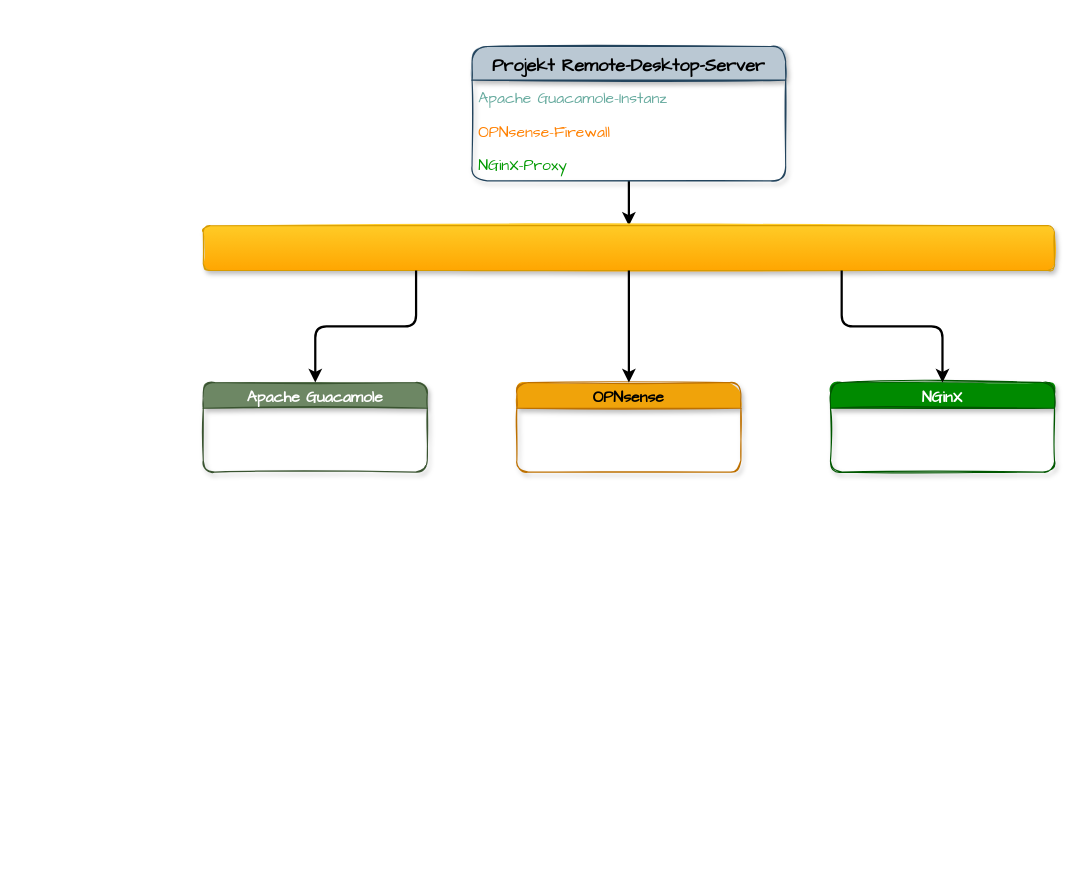
Earlier version of the draw.io diagram Projektstruktur-Plan.drawio (EF-gitspace/ProXmox-Server). Source tidied: cells renumbered, new cells numbered last; positions are measured from the earlier drawing's top-left corner, leaving out a move shared by most shapes. Both pictures are drawn from the tidied source at 112%, with x=0, y=0 at pixel (203, 46). Pictures stored in the file or linked from it are replaced by grey dashed boxes.
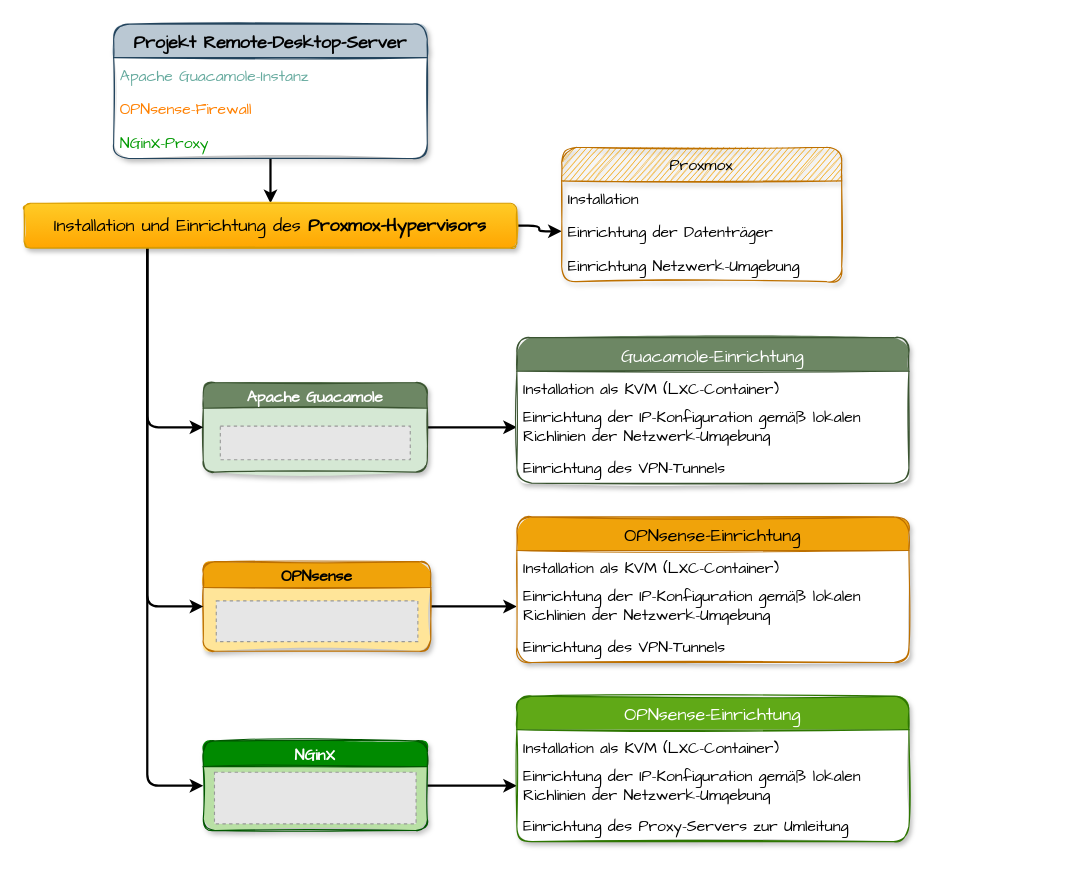
After the change.

The edit, as a diff of the source:
```diff
@@
-    <mxCell id="3" value="Projekt Remote-Desktop-Server" style="swimlane;fontStyle=1;horizontal=1;startSize=30;sketch=1;shadow=1;rounded=1;fontFamily=Comic Sans MS;fontSize=16;flipH=1;fillColor=#bac8d3;strokeColor=#23445d;fillStyle=solid;" parent="1" vertex="1">
-      <mxGeometry x="240" width="280" height="120" as="geometry" />
+    <mxCell id="3" value="Projekt Remote-Desktop-Server" style="swimlane;fontStyle=1;horizontal=1;startSize=30;sketch=1;shadow=1;rounded=1;fontFamily=Comic Sans MS;fontSize=16;flipH=1;fillColor=#bac8d3;strokeColor=#23445d;fillStyle=solid;swimlaneFillColor=default;glass=0;" parent="1" vertex="1">
+      <mxGeometry x="-80" y="-20" width="280" height="120" as="geometry" />
     </mxCell>
@@
+    <mxCell id="14" style="edgeStyle=orthogonalEdgeStyle;rounded=1;jettySize=auto;html=1;exitX=1;exitY=0.5;exitDx=0;exitDy=0;entryX=0;entryY=0.5;entryDx=0;entryDy=0;fontFamily=Comic Sans MS;fontSize=14;strokeWidth=2;" parent="1" edge="1" source="7" target="27">
+      <mxGeometry relative="1" as="geometry" />
+    </mxCell>
-    <mxCell id="7" value="Apache Guacamole" style="swimlane;rounded=1;shadow=1;labelBackgroundColor=none;sketch=1;fontFamily=Comic Sans MS;fontSize=14;fillColor=#6d8764;strokeColor=#3A5431;fillStyle=solid;fontColor=#ffffff;" parent="1" vertex="1">
+    <mxCell id="7" value="Apache Guacamole" style="swimlane;rounded=1;shadow=1;labelBackgroundColor=none;sketch=1;fontFamily=Comic Sans MS;fontSize=14;fillColor=#6d8764;strokeColor=#3A5431;fillStyle=solid;fontColor=#ffffff;swimlaneFillColor=#D5E8D4;" parent="1" vertex="1">
       <mxGeometry y="300" width="200" height="80" as="geometry" />
     </mxCell>
+    <mxCell id="15" style="fillColor=#E6E6E6;strokeColor=#999999;dashed=1;verticalLabelPosition=bottom;labelBackgroundColor=default;verticalAlign=top;" parent="7" vertex="1">
+      <mxGeometry x="15.2" y="39" width="169.6" height="30" as="geometry" />
+    </mxCell>
+    <mxCell id="16" style="edgeStyle=orthogonalEdgeStyle;rounded=1;jettySize=auto;html=1;exitX=1;exitY=0.5;exitDx=0;exitDy=0;entryX=0;entryY=0.5;entryDx=0;entryDy=0;fontFamily=Comic Sans MS;fontSize=14;strokeWidth=2;" parent="1" edge="1" source="8" target="31">
+      <mxGeometry relative="1" as="geometry" />
+    </mxCell>
-    <mxCell id="8" value="OPNsense" style="swimlane;rounded=1;shadow=1;labelBackgroundColor=none;sketch=1;fontFamily=Comic Sans MS;fontSize=14;fillColor=#f0a30a;strokeColor=#BD7000;fillStyle=solid;fontColor=#000000;" parent="1" vertex="1">
-      <mxGeometry x="280" y="300" width="200" height="80" as="geometry" />
+    <mxCell id="8" value="OPNsense" style="swimlane;rounded=1;shadow=1;labelBackgroundColor=none;sketch=1;fontFamily=Comic Sans MS;fontSize=14;fillColor=#f0a30a;strokeColor=#BD7000;fillStyle=solid;fontColor=#000000;swimlaneFillColor=#FFE599;" parent="1" vertex="1">
+      <mxGeometry y="460" width="203.1" height="80" as="geometry" />
     </mxCell>
+    <mxCell id="17" style="fillColor=#E6E6E6;strokeColor=#999999;dashed=1;verticalLabelPosition=bottom;labelBackgroundColor=default;verticalAlign=top;" parent="8" vertex="1">
+      <mxGeometry x="11.6" y="35" width="180" height="36.4" as="geometry" />
+    </mxCell>
+    <mxCell id="18" style="edgeStyle=orthogonalEdgeStyle;rounded=1;jettySize=auto;html=1;exitX=1;exitY=0.5;exitDx=0;exitDy=0;entryX=0;entryY=0.5;entryDx=0;entryDy=0;fontFamily=Comic Sans MS;fontSize=14;strokeWidth=2;" parent="1" edge="1" source="9" target="35">
+      <mxGeometry relative="1" as="geometry" />
+    </mxCell>
-    <mxCell id="9" value="NGinX" style="swimlane;rounded=1;shadow=1;labelBackgroundColor=none;sketch=1;fontFamily=Comic Sans MS;fontSize=14;fillColor=#008a00;strokeColor=#005700;fillStyle=solid;fontColor=#ffffff;" parent="1" vertex="1">
-      <mxGeometry x="560" y="300" width="200" height="80" as="geometry" />
+    <mxCell id="9" value="NGinX" style="swimlane;rounded=1;shadow=1;labelBackgroundColor=none;sketch=1;fontFamily=Comic Sans MS;fontSize=14;fillColor=#008a00;strokeColor=#005700;fillStyle=solid;fontColor=#ffffff;swimlaneFillColor=#B9E0A5;" parent="1" vertex="1">
+      <mxGeometry y="620" width="200" height="80" as="geometry" />
     </mxCell>
-    <mxCell id="10" style="rounded=1;whiteSpace=wrap;html=1;shadow=1;labelBackgroundColor=none;sketch=1;fillStyle=solid;fontFamily=Comic Sans MS;fontSize=14;fillColor=#ffcd28;strokeColor=#d79b00;gradientColor=#ffa500;" parent="1" vertex="1">
-      <mxGeometry y="160" width="760" height="40" as="geometry" />
-    </mxCell>
+    <mxCell id="19" style="fillColor=#E6E6E6;strokeColor=#999999;dashed=1;verticalLabelPosition=bottom;labelBackgroundColor=default;verticalAlign=top;" parent="9" vertex="1">
+      <mxGeometry x="10" y="28" width="180" height="46.1" as="geometry" />
+    </mxCell>
+    <mxCell id="20" style="edgeStyle=orthogonalEdgeStyle;jettySize=auto;html=1;fontSize=14;strokeWidth=2;entryX=0;entryY=0.5;entryDx=0;entryDy=0;exitX=1;exitY=0.5;exitDx=0;exitDy=0;rounded=1;" parent="1" edge="1" source="10" target="23">
+      <mxGeometry relative="1" as="geometry" />
+    </mxCell>
-    <mxCell id="11" style="edgeStyle=orthogonalEdgeStyle;jettySize=auto;html=1;entryX=0.5;entryY=0;entryDx=0;entryDy=0;strokeWidth=2;exitX=0.25;exitY=1;exitDx=0;exitDy=0;rounded=1;" parent="1" edge="1" source="10" target="7">
+    <mxCell id="11" style="edgeStyle=orthogonalEdgeStyle;rounded=1;jettySize=auto;html=1;exitX=0.25;exitY=1;exitDx=0;exitDy=0;entryX=0;entryY=0.5;entryDx=0;entryDy=0;fontFamily=Comic Sans MS;fontSize=14;strokeWidth=2;" parent="1" edge="1" source="10" target="7">
       <mxGeometry relative="1" as="geometry" />
     </mxCell>
-    <mxCell id="12" style="edgeStyle=orthogonalEdgeStyle;jettySize=auto;html=1;entryX=0.5;entryY=0;entryDx=0;entryDy=0;strokeWidth=2;exitX=0.5;exitY=1;exitDx=0;exitDy=0;rounded=1;" parent="1" edge="1" source="10" target="8">
+    <mxCell id="12" style="edgeStyle=orthogonalEdgeStyle;rounded=1;jettySize=auto;html=1;exitX=0.25;exitY=1;exitDx=0;exitDy=0;entryX=0;entryY=0.5;entryDx=0;entryDy=0;fontFamily=Comic Sans MS;fontSize=14;strokeWidth=2;" parent="1" edge="1" source="10" target="8">
       <mxGeometry relative="1" as="geometry" />
     </mxCell>
-    <mxCell id="13" style="edgeStyle=orthogonalEdgeStyle;jettySize=auto;html=1;entryX=0.5;entryY=0;entryDx=0;entryDy=0;strokeWidth=2;exitX=0.75;exitY=1;exitDx=0;exitDy=0;rounded=1;" parent="1" edge="1" source="10" target="9">
+    <mxCell id="13" style="edgeStyle=orthogonalEdgeStyle;rounded=1;jettySize=auto;html=1;exitX=0.25;exitY=1;exitDx=0;exitDy=0;entryX=0;entryY=0.5;entryDx=0;entryDy=0;fontFamily=Comic Sans MS;fontSize=14;strokeWidth=2;" parent="1" edge="1" source="10" target="9">
       <mxGeometry relative="1" as="geometry" />
     </mxCell>
+    <mxCell id="10" value="&lt;font style=&quot;font-size: 16px;&quot;&gt;Installation und Einrichtung des &lt;b style=&quot;font-size: 16px;&quot;&gt;&lt;font style=&quot;font-size: 16px;&quot;&gt;Proxmox-Hypervisors&lt;/font&gt;&lt;/b&gt;&lt;/font&gt;" style="rounded=1;whiteSpace=wrap;html=1;shadow=1;labelBackgroundColor=none;sketch=1;fillStyle=solid;fontFamily=Comic Sans MS;fontSize=16;fillColor=#ffcd28;strokeColor=#d79b00;gradientColor=#ffa500;" parent="1" vertex="1">
+      <mxGeometry x="-160" y="140" width="440" height="40" as="geometry" />
+    </mxCell>
+    <mxCell id="21" value="Proxmox" style="swimlane;fontStyle=0;horizontal=1;startSize=30;sketch=1;fontSize=14;shadow=1;rounded=1;fillColor=#f0a30a;fontColor=#000000;strokeColor=#BD7000;fontFamily=Comic Sans MS;" parent="1" vertex="1">
+      <mxGeometry x="320" y="90" width="250" height="120" as="geometry" />
+    </mxCell>
+    <mxCell id="22" value="Installation" style="text;strokeColor=none;fillColor=none;align=left;verticalAlign=middle;spacingLeft=4;spacingRight=4;overflow=hidden;sketch=0;fontSize=14;fontFamily=Comic Sans MS;" parent="21" vertex="1">
+      <mxGeometry y="30" width="250" height="30" as="geometry" />
+    </mxCell>
+    <mxCell id="23" value="Einrichtung der Datenträger" style="text;strokeColor=none;fillColor=none;align=left;verticalAlign=middle;spacingLeft=4;spacingRight=4;overflow=hidden;points=[[0,0.5],[1,0.5]];portConstraint=eastwest;sketch=0;fontSize=14;fontFamily=Comic Sans MS;" parent="21" vertex="1">
+      <mxGeometry y="60" width="250" height="30" as="geometry" />
+    </mxCell>
+    <mxCell id="24" value="Einrichtung Netzwerk-Umgebung" style="text;strokeColor=none;fillColor=none;align=left;verticalAlign=middle;spacingLeft=4;spacingRight=4;overflow=hidden;sketch=0;fontSize=14;fontFamily=Comic Sans MS;" parent="21" vertex="1">
+      <mxGeometry y="90" width="250" height="30" as="geometry" />
+    </mxCell>
+    <mxCell id="25" value="Guacamole-Einrichtung" style="swimlane;fontStyle=0;horizontal=1;startSize=30;rounded=1;shadow=1;glass=0;sketch=1;fillStyle=solid;fontFamily=Comic Sans MS;fontSize=16;fillColor=#6d8764;fontColor=#ffffff;strokeColor=#3A5431;swimlaneFillColor=default;" parent="1" vertex="1">
+      <mxGeometry x="280" y="260" width="350" height="130" as="geometry" />
+    </mxCell>
+    <mxCell id="26" value="Installation als KVM (LXC-Container)" style="text;strokeColor=none;fillColor=none;align=left;verticalAlign=middle;spacingLeft=4;spacingRight=4;overflow=hidden;rounded=1;shadow=1;glass=0;sketch=1;fillStyle=solid;fontFamily=Comic Sans MS;fontSize=14;fontStyle=0;" parent="25" vertex="1">
+      <mxGeometry y="30" width="350" height="30" as="geometry" />
+    </mxCell>
+    <mxCell id="27" value="Einrichtung der IP-Konfiguration gemäß lokalen Richlinien der Netzwerk-Umgebung" style="text;strokeColor=none;fillColor=none;align=left;verticalAlign=middle;spacingLeft=4;spacingRight=4;overflow=hidden;points=[[0,0.5],[1,0.5]];portConstraint=eastwest;rounded=1;shadow=1;glass=0;sketch=1;fillStyle=solid;fontFamily=Comic Sans MS;fontSize=14;fontStyle=0;whiteSpace=wrap;" parent="25" vertex="1">
+      <mxGeometry y="60" width="350" height="40" as="geometry" />
+    </mxCell>
+    <mxCell id="28" value="Einrichtung des VPN-Tunnels" style="text;strokeColor=none;fillColor=none;align=left;verticalAlign=middle;spacingLeft=4;spacingRight=4;overflow=hidden;rounded=1;shadow=1;glass=0;sketch=1;fillStyle=solid;fontFamily=Comic Sans MS;fontSize=14;fontStyle=0;" parent="25" vertex="1">
+      <mxGeometry y="100" width="350" height="30" as="geometry" />
+    </mxCell>
+    <mxCell id="29" value="OPNsense-Einrichtung" style="swimlane;fontStyle=0;horizontal=1;startSize=30;rounded=1;shadow=1;glass=0;sketch=1;fillStyle=solid;fontFamily=Comic Sans MS;fontSize=16;fillColor=#f0a30a;fontColor=#000000;strokeColor=#BD7000;swimlaneFillColor=default;" parent="1" vertex="1">
+      <mxGeometry x="280" y="420" width="350" height="130" as="geometry" />
+    </mxCell>
+    <mxCell id="30" value="Installation als KVM (LXC-Container)" style="text;strokeColor=none;fillColor=none;align=left;verticalAlign=middle;spacingLeft=4;spacingRight=4;overflow=hidden;rounded=1;shadow=1;glass=0;sketch=1;fillStyle=solid;fontFamily=Comic Sans MS;fontSize=14;fontStyle=0;" parent="29" vertex="1">
+      <mxGeometry y="30" width="350" height="30" as="geometry" />
+    </mxCell>
+    <mxCell id="31" value="Einrichtung der IP-Konfiguration gemäß lokalen Richlinien der Netzwerk-Umgebung" style="text;strokeColor=none;fillColor=none;align=left;verticalAlign=middle;spacingLeft=4;spacingRight=4;overflow=hidden;points=[[0,0.5],[1,0.5]];portConstraint=eastwest;rounded=1;shadow=1;glass=0;sketch=1;fillStyle=solid;fontFamily=Comic Sans MS;fontSize=14;fontStyle=0;whiteSpace=wrap;" parent="29" vertex="1">
+      <mxGeometry y="60" width="350" height="40" as="geometry" />
+    </mxCell>
+    <mxCell id="32" value="Einrichtung des VPN-Tunnels" style="text;strokeColor=none;fillColor=none;align=left;verticalAlign=middle;spacingLeft=4;spacingRight=4;overflow=hidden;rounded=1;shadow=1;glass=0;sketch=1;fillStyle=solid;fontFamily=Comic Sans MS;fontSize=14;fontStyle=0;" parent="29" vertex="1">
+      <mxGeometry y="100" width="350" height="30" as="geometry" />
+    </mxCell>
+    <mxCell id="33" value="OPNsense-Einrichtung" style="swimlane;fontStyle=0;horizontal=1;startSize=30;rounded=1;shadow=1;glass=0;sketch=1;fillStyle=solid;fontFamily=Comic Sans MS;fontSize=16;fillColor=#60a917;fontColor=#ffffff;strokeColor=#2D7600;swimlaneFillColor=default;" parent="1" vertex="1">
+      <mxGeometry x="280" y="580" width="350" height="130" as="geometry" />
+    </mxCell>
+    <mxCell id="34" value="Installation als KVM (LXC-Container)" style="text;strokeColor=none;fillColor=none;align=left;verticalAlign=middle;spacingLeft=4;spacingRight=4;overflow=hidden;rounded=1;shadow=1;glass=0;sketch=1;fillStyle=solid;fontFamily=Comic Sans MS;fontSize=14;fontStyle=0;" parent="33" vertex="1">
+      <mxGeometry y="30" width="350" height="30" as="geometry" />
+    </mxCell>
+    <mxCell id="35" value="Einrichtung der IP-Konfiguration gemäß lokalen Richlinien der Netzwerk-Umgebung" style="text;strokeColor=none;fillColor=none;align=left;verticalAlign=middle;spacingLeft=4;spacingRight=4;overflow=hidden;points=[[0,0.5],[1,0.5]];portConstraint=eastwest;rounded=1;shadow=1;glass=0;sketch=1;fillStyle=solid;fontFamily=Comic Sans MS;fontSize=14;fontStyle=0;whiteSpace=wrap;" parent="33" vertex="1">
+      <mxGeometry y="60" width="350" height="40" as="geometry" />
+    </mxCell>
+    <mxCell id="36" value="Einrichtung des Proxy-Servers zur Umleitung" style="text;strokeColor=none;fillColor=none;align=left;verticalAlign=middle;spacingLeft=4;spacingRight=4;overflow=hidden;rounded=1;shadow=1;glass=0;sketch=1;fillStyle=solid;fontFamily=Comic Sans MS;fontSize=14;fontStyle=0;" parent="33" vertex="1">
+      <mxGeometry y="100" width="350" height="30" as="geometry" />
+    </mxCell>
```
